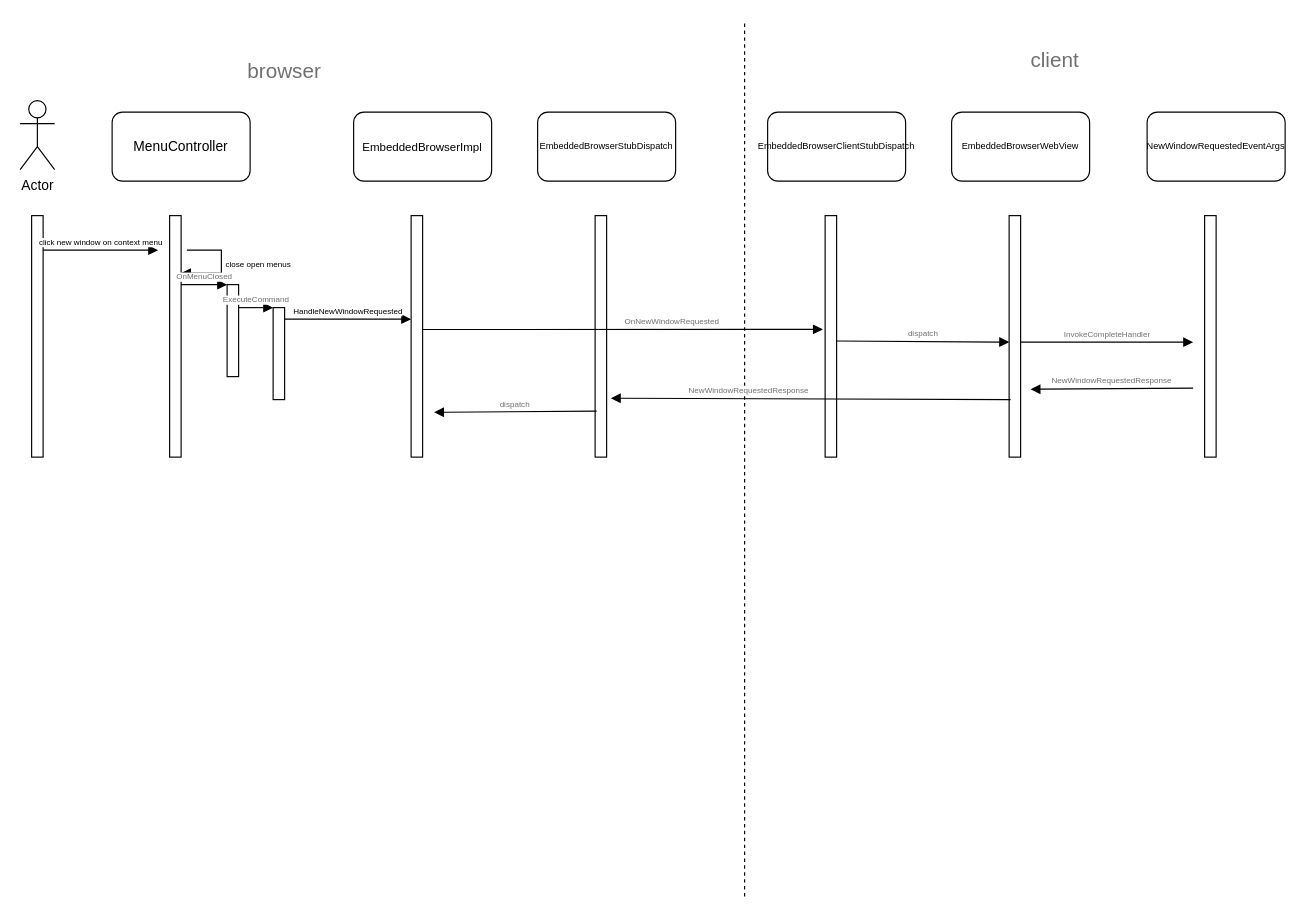
This is Untitled Diagram.drawio from nanaliulei/studyPlan, a draw.io file, before an edit. Source tidied: cells renumbered, new cells numbered last; positions are measured from the earlier drawing's top-left corner, leaving out a move shared by most shapes. Both pictures are drawn from the tidied source at 115%, with x=0, y=0 at pixel (20, 20).
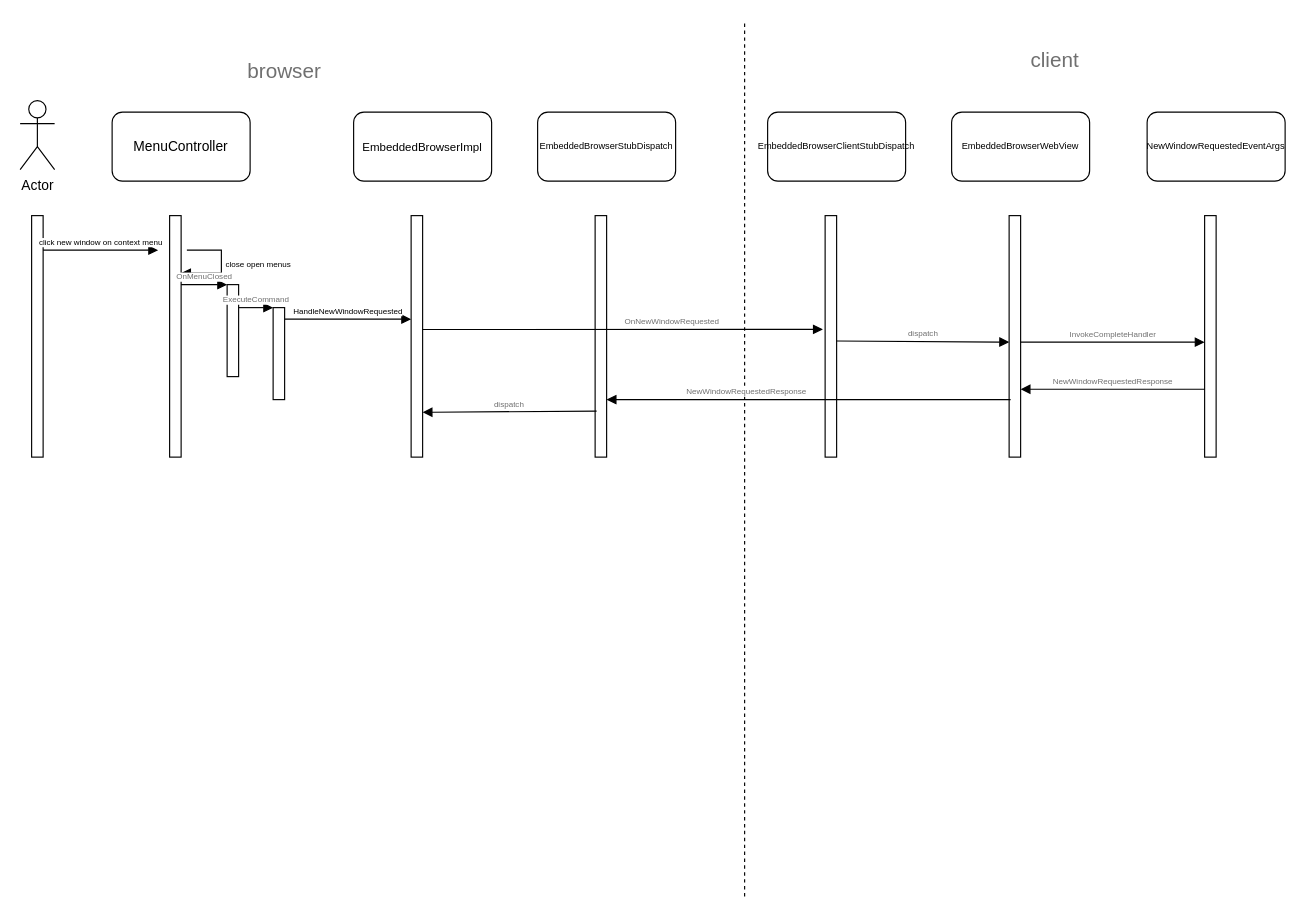
After the change.

Unchanged cells that the change refers to:
```xml
<mxCell id="20" style="html=1;points=[];perimeter=orthogonalPerimeter;" parent="1" vertex="1">
  <mxGeometry x="860" y="170" width="10" height="210" as="geometry" />
</mxCell>
<mxCell id="27" style="html=1;points=[];perimeter=orthogonalPerimeter;" parent="1" vertex="1">
  <mxGeometry x="500" y="170" width="10" height="210" as="geometry" />
</mxCell>
```

What changed in the source:
```diff
@@
     <mxCell id="25" value="InvokeCompleteHandler" style="html=1;verticalAlign=bottom;endArrow=block;rounded=0;fontSize=7;fontColor=#707070;" parent="1" edge="1">
       <mxGeometry relative="1" as="geometry">
         <mxPoint x="870" y="280" as="sourcePoint" />
-        <mxPoint x="1020" y="280" as="targetPoint" />
+        <mxPoint x="1030" y="280" as="targetPoint" />
       </mxGeometry>
     </mxCell>
-    <mxCell id="26" value="NewWindowRequestedResponse" style="html=1;verticalAlign=bottom;endArrow=block;rounded=0;fontSize=7;fontColor=#707070;entryX=1.867;entryY=0.719;entryDx=0;entryDy=0;entryPerimeter=0;" parent="1" edge="1" target="20">
+    <mxCell id="26" value="NewWindowRequestedResponse" style="html=1;verticalAlign=bottom;endArrow=block;rounded=0;fontSize=7;fontColor=#707070;" parent="1" edge="1">
       <mxGeometry relative="1" as="geometry">
-        <mxPoint x="1020" y="320" as="sourcePoint" />
+        <mxPoint x="1030" y="321" as="sourcePoint" />
+        <mxPoint x="870" y="321" as="targetPoint" />
       </mxGeometry>
     </mxCell>
@@
-    <mxCell id="29" value="NewWindowRequestedResponse" style="html=1;verticalAlign=bottom;endArrow=block;rounded=0;fontSize=7;fontColor=#707070;entryX=1.367;entryY=0.756;entryDx=0;entryDy=0;entryPerimeter=0;align=right;" parent="1" edge="1" target="27">
+    <mxCell id="29" value="NewWindowRequestedResponse" style="html=1;verticalAlign=bottom;endArrow=block;rounded=0;fontSize=7;fontColor=#707070;align=right;" parent="1" edge="1">
       <mxGeometry relative="1" as="geometry">
         <mxPoint x="861.3" y="330" as="sourcePoint" />
+        <mxPoint x="510" y="330" as="targetPoint" />
       </mxGeometry>
     </mxCell>
-    <mxCell id="30" value="dispatch" style="html=1;verticalAlign=bottom;endArrow=block;rounded=0;fontSize=7;fontColor=#707070;entryX=1.867;entryY=0.719;entryDx=0;entryDy=0;entryPerimeter=0;" parent="1" edge="1">
+    <mxCell id="30" value="dispatch" style="html=1;verticalAlign=bottom;endArrow=block;rounded=0;fontSize=7;fontColor=#707070;" parent="1" edge="1">
       <mxGeometry relative="1" as="geometry">
         <mxPoint x="501.3" y="340" as="sourcePoint" />
-        <mxPoint x="360" y="341" as="targetPoint" />
+        <mxPoint x="350" y="341" as="targetPoint" />
       </mxGeometry>
     </mxCell>
```
